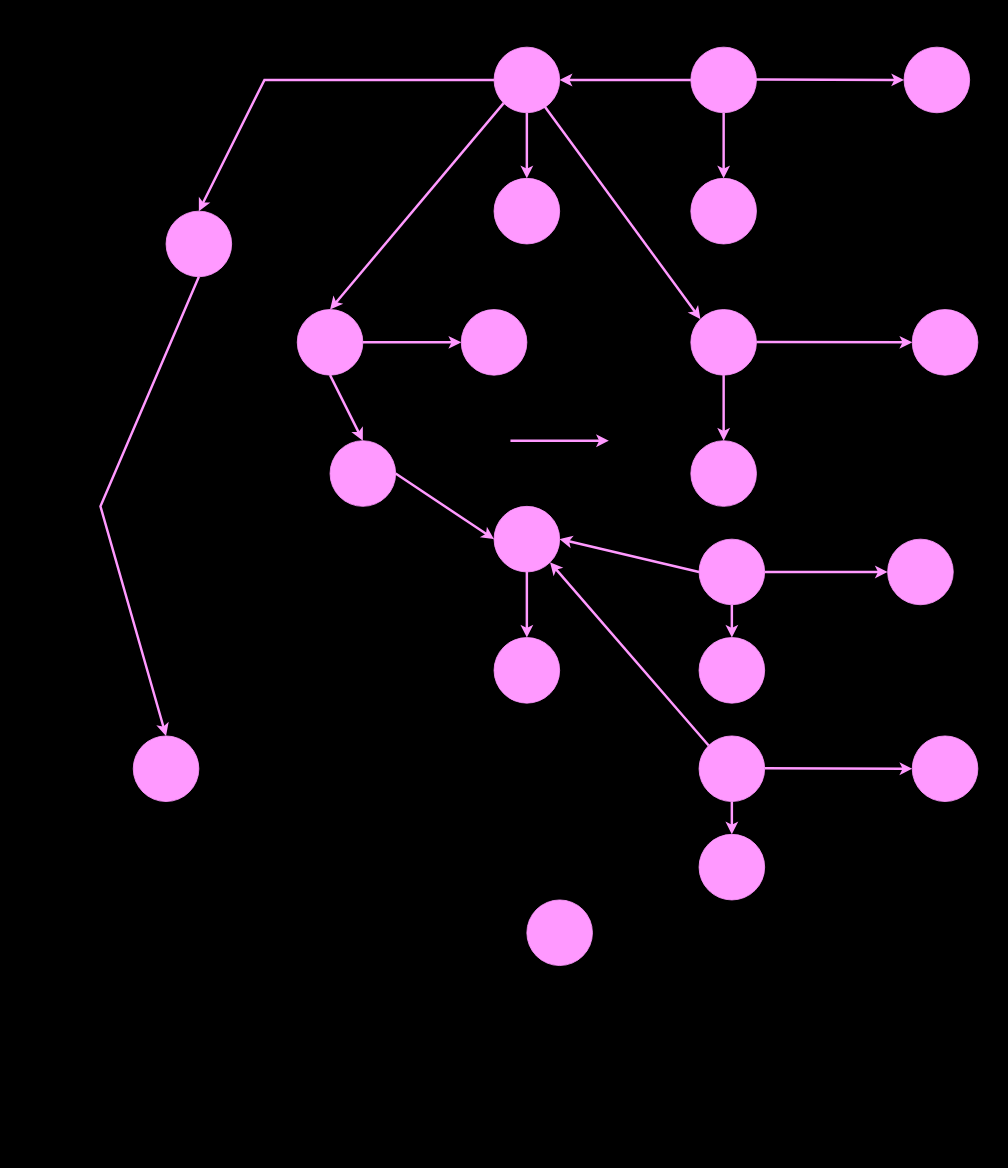
Earlier version of the draw.io diagram Diagramma senza titolo.drawio (Mario-Corrente/mia-repository). Source tidied: cells renumbered, new cells numbered last; positions are measured from the earlier drawing's top-left corner, leaving out a move shared by most shapes. Both pictures are drawn from the tidied source at 82%, with x=0, y=0 at pixel (100, 47).
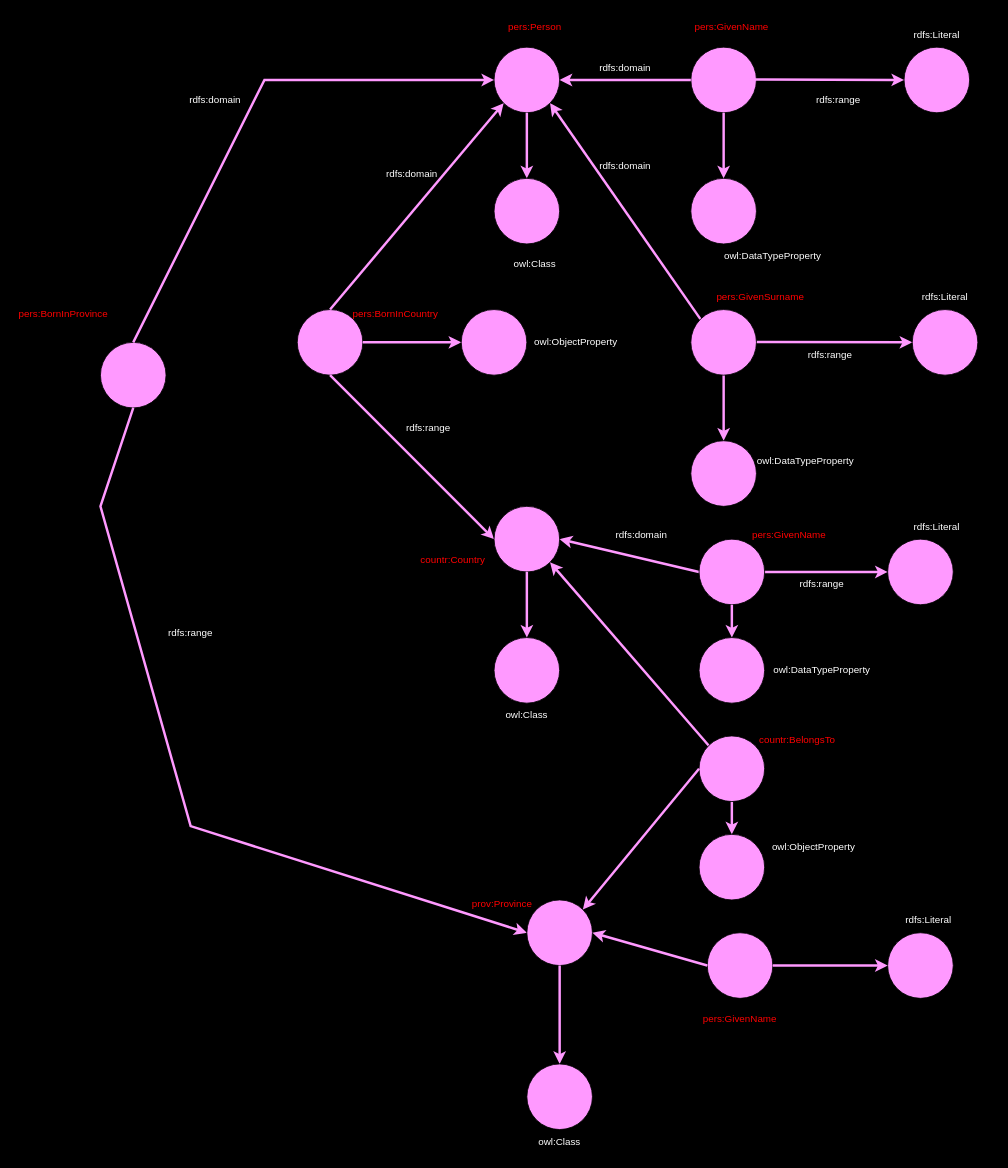
After the change.

Commit message:
Grafo_definitivo

Diff of the diagram source:
```diff
@@
-    <mxCell id="2" style="ellipse;whiteSpace=wrap;html=1;strokeColor=#FF99FF;fillColor=#FF99FF;" parent="1" vertex="1">
+    <mxCell id="2" style="ellipse;whiteSpace=wrap;html=1;strokeColor=#000000;fillColor=#FF99FF;" parent="1" vertex="1">
       <mxGeometry x="480" width="80" height="80" as="geometry" />
     </mxCell>
-    <mxCell id="3" style="ellipse;whiteSpace=wrap;html=1;strokeColor=#FF99FF;fillColor=#FF99FF;" parent="1" vertex="1">
+    <mxCell id="3" style="ellipse;whiteSpace=wrap;html=1;strokeColor=#000000;fillColor=#FF99FF;" parent="1" vertex="1">
       <mxGeometry x="980" width="80" height="80" as="geometry" />
     </mxCell>
-    <mxCell id="4" style="ellipse;whiteSpace=wrap;html=1;strokeColor=#FF99FF;fillColor=#FF99FF;" parent="1" vertex="1">
+    <mxCell id="4" style="ellipse;whiteSpace=wrap;html=1;strokeColor=#000000;fillColor=#FF99FF;" parent="1" vertex="1">
       <mxGeometry x="720" width="80" height="80" as="geometry" />
     </mxCell>
-    <mxCell id="5" style="ellipse;whiteSpace=wrap;html=1;strokeColor=#FF99FF;fillColor=#FF99FF;" parent="1" vertex="1">
+    <mxCell id="5" style="ellipse;whiteSpace=wrap;html=1;strokeColor=#000000;fillColor=#FF99FF;" parent="1" vertex="1">
       <mxGeometry x="720" y="160" width="80" height="80" as="geometry" />
     </mxCell>
@@
-    <mxCell id="10" style="endArrow=classic;html=1;rounded=0;strokeColor=#FF99FF;strokeWidth=3;entryX=0;entryY=0;entryDx=0;entryDy=0;" parent="1" edge="1" target="20">
-      <mxGeometry relative="1" as="geometry">
-        <mxPoint x="540" y="70" as="sourcePoint" />
-      </mxGeometry>
+    <mxCell id="10" style="endArrow=classic;html=1;rounded=0;strokeColor=#FF99FF;strokeWidth=3;exitX=0;exitY=0;exitDx=0;exitDy=0;entryX=1;entryY=1;entryDx=0;entryDy=0;" parent="1" edge="1" source="20" target="2">
+      <mxGeometry relative="1" as="geometry" />
     </mxCell>
-    <mxCell id="11" style="ellipse;whiteSpace=wrap;html=1;strokeColor=#FF99FF;fillColor=#FF99FF;" parent="1" vertex="1">
+    <mxCell id="11" style="ellipse;whiteSpace=wrap;html=1;strokeColor=#000000;fillColor=#FF99FF;" parent="1" vertex="1">
       <mxGeometry x="480" y="160" width="80" height="80" as="geometry" />
     </mxCell>
-    <mxCell id="12" style="ellipse;whiteSpace=wrap;html=1;strokeColor=#FF99FF;fillColor=#FF99FF;" parent="1" vertex="1">
-      <mxGeometry x="80" y="200" width="80" height="80" as="geometry" />
+    <mxCell id="12" style="ellipse;whiteSpace=wrap;html=1;strokeColor=#000000;fillColor=#FF99FF;" parent="1" vertex="1">
+      <mxGeometry y="360" width="80" height="80" as="geometry" />
     </mxCell>
-    <mxCell id="13" style="endArrow=classic;html=1;rounded=0;strokeColor=#FF99FF;strokeWidth=3;exitX=0;exitY=0.5;exitDx=0;exitDy=0;entryX=0.5;entryY=0;entryDx=0;entryDy=0;" parent="1" edge="1" source="2" target="12">
+    <mxCell id="13" style="endArrow=classic;html=1;rounded=0;strokeColor=#FF99FF;strokeWidth=3;exitX=0.5;exitY=0;exitDx=0;exitDy=0;" parent="1" edge="1" source="12" target="2">
       <mxGeometry relative="1" as="geometry">
         <Array as="points">
           <mxPoint x="200" y="40" />
         </Array>
       </mxGeometry>
     </mxCell>
-    <mxCell id="14" style="ellipse;whiteSpace=wrap;html=1;strokeColor=#FF99FF;fillColor=#FF99FF;" parent="1" vertex="1">
+    <mxCell id="14" style="ellipse;whiteSpace=wrap;html=1;strokeColor=#000000;fillColor=#FF99FF;" parent="1" vertex="1">
       <mxGeometry x="240" y="320" width="80" height="80" as="geometry" />
     </mxCell>
@@
-    <mxCell id="16" style="endArrow=classic;html=1;rounded=0;strokeColor=#FF99FF;strokeWidth=3;exitX=0;exitY=1;exitDx=0;exitDy=0;entryX=0.5;entryY=0;entryDx=0;entryDy=0;" parent="1" edge="1" source="2" target="14">
+    <mxCell id="16" style="endArrow=classic;html=1;rounded=0;strokeColor=#FF99FF;strokeWidth=3;exitX=0.5;exitY=0;exitDx=0;exitDy=0;entryX=0;entryY=1;entryDx=0;entryDy=0;" parent="1" edge="1" source="14" target="2">
       <mxGeometry relative="1" as="geometry" />
     </mxCell>
@@
-    <mxCell id="18" style="endArrow=classic;html=1;rounded=0;strokeColor=#FF99FF;strokeWidth=3;exitX=0.5;exitY=1;exitDx=0;exitDy=0;entryX=0.5;entryY=0;entryDx=0;entryDy=0;" parent="1" edge="1" source="14" target="24">
-      <mxGeometry relative="1" as="geometry" />
-    </mxCell>
@@
-    <mxCell id="20" style="ellipse;whiteSpace=wrap;html=1;strokeColor=#FF99FF;fillColor=#FF99FF;" parent="1" vertex="1">
+    <mxCell id="20" style="ellipse;whiteSpace=wrap;html=1;strokeColor=#000000;fillColor=#FF99FF;" parent="1" vertex="1">
       <mxGeometry x="720" y="320" width="80" height="80" as="geometry" />
     </mxCell>
-    <mxCell id="21" style="ellipse;whiteSpace=wrap;html=1;strokeColor=#FF99FF;fillColor=#FF99FF;" parent="1" vertex="1">
+    <mxCell id="21" style="ellipse;whiteSpace=wrap;html=1;strokeColor=#000000;fillColor=#FF99FF;" parent="1" vertex="1">
       <mxGeometry x="990" y="320" width="80" height="80" as="geometry" />
     </mxCell>
-    <mxCell id="22" style="ellipse;whiteSpace=wrap;html=1;strokeColor=#FF99FF;fillColor=#FF99FF;" parent="1" vertex="1">
+    <mxCell id="22" style="ellipse;whiteSpace=wrap;html=1;strokeColor=#000000;fillColor=#FF99FF;" parent="1" vertex="1">
       <mxGeometry x="720" y="480" width="80" height="80" as="geometry" />
     </mxCell>
-    <mxCell id="23" style="ellipse;whiteSpace=wrap;html=1;strokeColor=#FF99FF;fillColor=#FF99FF;" parent="1" vertex="1">
+    <mxCell id="23" style="ellipse;whiteSpace=wrap;html=1;strokeColor=#000000;fillColor=#FF99FF;" parent="1" vertex="1">
       <mxGeometry x="440" y="320" width="80" height="80" as="geometry" />
     </mxCell>
-    <mxCell id="24" style="ellipse;whiteSpace=wrap;html=1;strokeColor=#FF99FF;fillColor=#FF99FF;" parent="1" vertex="1">
-      <mxGeometry x="280" y="480" width="80" height="80" as="geometry" />
-    </mxCell>
-    <mxCell id="25" style="endArrow=classic;html=1;rounded=0;strokeColor=#FF99FF;strokeWidth=3;exitX=0.5;exitY=1;exitDx=0;exitDy=0;entryX=0.5;entryY=0;entryDx=0;entryDy=0;" parent="1" edge="1" source="12" target="43">
+    <mxCell id="25" style="endArrow=classic;html=1;rounded=0;strokeColor=#FF99FF;strokeWidth=3;exitX=0.5;exitY=1;exitDx=0;exitDy=0;entryX=0;entryY=0.5;entryDx=0;entryDy=0;" parent="1" edge="1" source="12" target="44">
       <mxGeometry relative="1" as="geometry">
         <Array as="points">
           <mxPoint y="560" />
+          <mxPoint x="110" y="950" />
         </Array>
       </mxGeometry>
     </mxCell>
@@
-    <mxCell id="28" style="endArrow=classic;html=1;rounded=0;strokeColor=#FF99FF;strokeWidth=3;entryX=0;entryY=0.5;entryDx=0;entryDy=0;exitX=1;exitY=0.5;exitDx=0;exitDy=0;" parent="1" edge="1" source="24" target="30">
+    <mxCell id="28" style="endArrow=classic;html=1;rounded=0;strokeColor=#FF99FF;strokeWidth=3;entryX=0;entryY=0.5;entryDx=0;entryDy=0;exitX=0.5;exitY=1;exitDx=0;exitDy=0;" parent="1" edge="1" source="14" target="30">
       <mxGeometry relative="1" as="geometry" />
     </mxCell>
-    <mxCell id="29" style="ellipse;whiteSpace=wrap;html=1;strokeColor=#FF99FF;fillColor=#FF99FF;" parent="1" vertex="1">
+    <mxCell id="29" style="ellipse;whiteSpace=wrap;html=1;strokeColor=#000000;fillColor=#FF99FF;" parent="1" vertex="1">
       <mxGeometry x="960" y="600" width="80" height="80" as="geometry" />
     </mxCell>
-    <mxCell id="30" style="ellipse;whiteSpace=wrap;html=1;strokeColor=#FF99FF;fillColor=#FF99FF;" parent="1" vertex="1">
+    <mxCell id="30" style="ellipse;whiteSpace=wrap;html=1;strokeColor=#000000;fillColor=#FF99FF;" parent="1" vertex="1">
       <mxGeometry x="480" y="560" width="80" height="80" as="geometry" />
     </mxCell>
-    <mxCell id="31" style="ellipse;whiteSpace=wrap;html=1;strokeColor=#FF99FF;fillColor=#FF99FF;" parent="1" vertex="1">
+    <mxCell id="31" style="ellipse;whiteSpace=wrap;html=1;strokeColor=#000000;fillColor=#FF99FF;" parent="1" vertex="1">
       <mxGeometry x="730" y="600" width="80" height="80" as="geometry" />
     </mxCell>
-    <mxCell id="32" style="ellipse;whiteSpace=wrap;html=1;strokeColor=#FF99FF;fillColor=#FF99FF;" parent="1" vertex="1">
+    <mxCell id="32" style="ellipse;whiteSpace=wrap;html=1;strokeColor=#000000;fillColor=#FF99FF;" parent="1" vertex="1">
       <mxGeometry x="480" y="720" width="80" height="80" as="geometry" />
     </mxCell>
-    <mxCell id="33" style="endArrow=classic;html=1;rounded=0;strokeColor=#FF99FF;strokeWidth=3;" parent="1" edge="1">
-      <mxGeometry relative="1" as="geometry">
-        <mxPoint x="500" y="480" as="sourcePoint" />
-        <mxPoint x="620" y="480" as="targetPoint" />
-      </mxGeometry>
-    </mxCell>
@@
-    <mxCell id="35" style="endArrow=classic;html=1;rounded=0;strokeColor=#FF99FF;strokeWidth=3;" parent="1" edge="1">
-      <mxGeometry relative="1" as="geometry">
-        <mxPoint x="810" y="879.5" as="sourcePoint" />
-        <mxPoint x="990" y="880" as="targetPoint" />
-      </mxGeometry>
-    </mxCell>
@@
-    <mxCell id="39" style="ellipse;whiteSpace=wrap;html=1;strokeColor=#FF99FF;fillColor=#FF99FF;" parent="1" vertex="1">
+    <mxCell id="39" style="ellipse;whiteSpace=wrap;html=1;strokeColor=#000000;fillColor=#FF99FF;" parent="1" vertex="1">
       <mxGeometry x="730" y="720" width="80" height="80" as="geometry" />
     </mxCell>
-    <mxCell id="40" style="ellipse;whiteSpace=wrap;html=1;strokeColor=#FF99FF;fillColor=#FF99FF;" parent="1" vertex="1">
+    <mxCell id="40" style="ellipse;whiteSpace=wrap;html=1;strokeColor=#000000;fillColor=#FF99FF;" parent="1" vertex="1">
       <mxGeometry x="730" y="840" width="80" height="80" as="geometry" />
     </mxCell>
-    <mxCell id="41" style="ellipse;whiteSpace=wrap;html=1;strokeColor=#FF99FF;fillColor=#FF99FF;" parent="1" vertex="1">
-      <mxGeometry x="990" y="840" width="80" height="80" as="geometry" />
-    </mxCell>
-    <mxCell id="42" style="ellipse;whiteSpace=wrap;html=1;strokeColor=#FF99FF;fillColor=#FF99FF;" parent="1" vertex="1">
+    <mxCell id="42" style="ellipse;whiteSpace=wrap;html=1;strokeColor=#000000;fillColor=#FF99FF;" parent="1" vertex="1">
       <mxGeometry x="730" y="960" width="80" height="80" as="geometry" />
     </mxCell>
-    <mxCell id="43" style="ellipse;whiteSpace=wrap;html=1;strokeColor=#FF99FF;fillColor=#FF99FF;" parent="1" vertex="1">
-      <mxGeometry x="40" y="840" width="80" height="80" as="geometry" />
-    </mxCell>
-    <mxCell id="44" style="ellipse;whiteSpace=wrap;html=1;strokeColor=#FF99FF;fillColor=#FF99FF;" parent="1" vertex="1">
+    <mxCell id="44" style="ellipse;whiteSpace=wrap;html=1;strokeColor=#000000;fillColor=#FF99FF;" parent="1" vertex="1">
       <mxGeometry x="520" y="1040" width="80" height="80" as="geometry" />
     </mxCell>
+    <mxCell id="45" value="&lt;font color=&quot;#ff0000&quot;&gt;pers:Person&lt;/font&gt;" style="text;strokeColor=none;align=center;fillColor=none;html=1;verticalAlign=middle;whiteSpace=wrap;rounded=0;" parent="1" vertex="1">
+      <mxGeometry x="470" y="-40" width="120" height="30" as="geometry" />
+    </mxCell>
+    <mxCell id="46" value="&lt;font color=&quot;#ff0000&quot;&gt;pers:GivenName&lt;/font&gt;" style="text;strokeColor=none;align=center;fillColor=none;html=1;verticalAlign=middle;whiteSpace=wrap;rounded=0;" parent="1" vertex="1">
+      <mxGeometry x="710" y="-40" width="120" height="30" as="geometry" />
+    </mxCell>
+    <mxCell id="47" value="&lt;font color=&quot;#ff0000&quot;&gt;pers:GivenSurname&lt;/font&gt;" style="text;strokeColor=none;align=center;fillColor=none;html=1;verticalAlign=middle;whiteSpace=wrap;rounded=0;" parent="1" vertex="1">
+      <mxGeometry x="745" y="290" width="120" height="30" as="geometry" />
+    </mxCell>
+    <mxCell id="48" value="&lt;font color=&quot;#ffffff&quot;&gt;rdfs:Literal&lt;/font&gt;" style="text;strokeColor=none;align=center;fillColor=none;html=1;verticalAlign=middle;whiteSpace=wrap;rounded=0;" parent="1" vertex="1">
+      <mxGeometry x="960" y="-30" width="120" height="30" as="geometry" />
+    </mxCell>
+    <mxCell id="49" value="&lt;font color=&quot;#ffffff&quot;&gt;rdfs:Literal&lt;/font&gt;" style="text;strokeColor=none;align=center;fillColor=none;html=1;verticalAlign=middle;whiteSpace=wrap;rounded=0;" parent="1" vertex="1">
+      <mxGeometry x="970" y="290" width="120" height="30" as="geometry" />
+    </mxCell>
+    <mxCell id="50" value="&lt;font color=&quot;#ffffff&quot;&gt;rdfs:Literal&lt;/font&gt;" style="text;strokeColor=none;align=center;fillColor=none;html=1;verticalAlign=middle;whiteSpace=wrap;rounded=0;" parent="1" vertex="1">
+      <mxGeometry x="960" y="570" width="120" height="30" as="geometry" />
+    </mxCell>
+    <mxCell id="51" value="&lt;font color=&quot;#ffffff&quot;&gt;rdfs:range&lt;/font&gt;" style="text;strokeColor=none;align=center;fillColor=none;html=1;verticalAlign=middle;whiteSpace=wrap;rounded=0;" parent="1" vertex="1">
+      <mxGeometry x="840" y="50" width="120" height="30" as="geometry" />
+    </mxCell>
+    <mxCell id="52" value="&lt;font color=&quot;#ffffff&quot;&gt;owl:DataTypeProperty&lt;/font&gt;" style="text;strokeColor=none;align=center;fillColor=none;html=1;verticalAlign=middle;whiteSpace=wrap;rounded=0;" parent="1" vertex="1">
+      <mxGeometry x="760" y="240" width="120" height="30" as="geometry" />
+    </mxCell>
+    <mxCell id="53" value="&lt;font color=&quot;#ffffff&quot;&gt;rdfs:domain&lt;/font&gt;" style="text;strokeColor=none;align=center;fillColor=none;html=1;verticalAlign=middle;whiteSpace=wrap;rounded=0;" parent="1" vertex="1">
+      <mxGeometry x="580" y="130" width="120" height="30" as="geometry" />
+    </mxCell>
+    <mxCell id="54" value="&lt;font color=&quot;#ffffff&quot;&gt;rdfs:domain&lt;/font&gt;" style="text;strokeColor=none;align=center;fillColor=none;html=1;verticalAlign=middle;whiteSpace=wrap;rounded=0;" parent="1" vertex="1">
+      <mxGeometry x="580" y="10" width="120" height="30" as="geometry" />
+    </mxCell>
+    <mxCell id="55" value="&lt;font color=&quot;#ffffff&quot;&gt;owl:DataTypeProperty&lt;/font&gt;" style="text;strokeColor=none;align=center;fillColor=none;html=1;verticalAlign=middle;whiteSpace=wrap;rounded=0;" parent="1" vertex="1">
+      <mxGeometry x="800" y="490" width="120" height="30" as="geometry" />
+    </mxCell>
+    <mxCell id="56" value="&lt;font color=&quot;#ffffff&quot;&gt;rdfs:range&lt;/font&gt;" style="text;strokeColor=none;align=center;fillColor=none;html=1;verticalAlign=middle;whiteSpace=wrap;rounded=0;" parent="1" vertex="1">
+      <mxGeometry x="830" y="360" width="120" height="30" as="geometry" />
+    </mxCell>
+    <mxCell id="57" value="&lt;font color=&quot;#ffffff&quot;&gt;owl:Class&lt;/font&gt;" style="text;strokeColor=none;align=center;fillColor=none;html=1;verticalAlign=middle;whiteSpace=wrap;rounded=0;" parent="1" vertex="1">
+      <mxGeometry x="470" y="250" width="120" height="30" as="geometry" />
+    </mxCell>
+    <mxCell id="58" value="&lt;font color=&quot;#ffffff&quot;&gt;owl:ObjectProperty&lt;/font&gt;" style="text;strokeColor=none;align=center;fillColor=none;html=1;verticalAlign=middle;whiteSpace=wrap;rounded=0;" parent="1" vertex="1">
+      <mxGeometry x="520" y="345" width="120" height="30" as="geometry" />
+    </mxCell>
+    <mxCell id="59" value="&lt;font color=&quot;#ffffff&quot;&gt;rdfs:domain&lt;/font&gt;" style="text;strokeColor=none;align=center;fillColor=none;html=1;verticalAlign=middle;whiteSpace=wrap;rounded=0;" parent="1" vertex="1">
+      <mxGeometry x="320" y="140" width="120" height="30" as="geometry" />
+    </mxCell>
+    <mxCell id="60" value="&lt;font color=&quot;#ffffff&quot;&gt;rdfs:domain&lt;/font&gt;" style="text;strokeColor=none;align=center;fillColor=none;html=1;verticalAlign=middle;whiteSpace=wrap;rounded=0;" parent="1" vertex="1">
+      <mxGeometry x="80" y="50" width="120" height="30" as="geometry" />
+    </mxCell>
+    <mxCell id="61" value="&lt;font color=&quot;#ff0000&quot;&gt;pers:BornInProvince&lt;/font&gt;" style="text;strokeColor=none;align=center;fillColor=none;html=1;verticalAlign=middle;whiteSpace=wrap;rounded=0;" parent="1" vertex="1">
+      <mxGeometry x="-105" y="310" width="120" height="30" as="geometry" />
+    </mxCell>
+    <mxCell id="62" value="&lt;font color=&quot;#ffffff&quot;&gt;rdfs:range&lt;/font&gt;" style="text;strokeColor=none;align=center;fillColor=none;html=1;verticalAlign=middle;whiteSpace=wrap;rounded=0;" parent="1" vertex="1">
+      <mxGeometry x="50" y="700" width="120" height="30" as="geometry" />
+    </mxCell>
+    <mxCell id="63" value="&lt;font color=&quot;#ff0000&quot;&gt;pers:BornInCountry&lt;/font&gt;" style="text;strokeColor=none;align=center;fillColor=none;html=1;verticalAlign=middle;whiteSpace=wrap;rounded=0;" parent="1" vertex="1">
+      <mxGeometry x="300" y="310" width="120" height="30" as="geometry" />
+    </mxCell>
+    <mxCell id="64" value="&lt;font color=&quot;#ffffff&quot;&gt;rdfs:range&lt;/font&gt;" style="text;strokeColor=none;align=center;fillColor=none;html=1;verticalAlign=middle;whiteSpace=wrap;rounded=0;" parent="1" vertex="1">
+      <mxGeometry x="340" y="450" width="120" height="30" as="geometry" />
+    </mxCell>
+    <mxCell id="65" value="&lt;font color=&quot;#ff0000&quot;&gt;countr:Country&lt;/font&gt;" style="text;strokeColor=none;align=center;fillColor=none;html=1;verticalAlign=middle;whiteSpace=wrap;rounded=0;" parent="1" vertex="1">
+      <mxGeometry x="370" y="610" width="120" height="30" as="geometry" />
+    </mxCell>
+    <mxCell id="66" value="&lt;font color=&quot;#ffffff&quot;&gt;rdfs:domain&lt;/font&gt;" style="text;strokeColor=none;align=center;fillColor=none;html=1;verticalAlign=middle;whiteSpace=wrap;rounded=0;" parent="1" vertex="1">
+      <mxGeometry x="600" y="580" width="120" height="30" as="geometry" />
+    </mxCell>
+    <mxCell id="67" value="&lt;font color=&quot;#ff0000&quot;&gt;pers:GivenName&lt;/font&gt;" style="text;strokeColor=none;align=center;fillColor=none;html=1;verticalAlign=middle;whiteSpace=wrap;rounded=0;" parent="1" vertex="1">
+      <mxGeometry x="780" y="580" width="120" height="30" as="geometry" />
+    </mxCell>
+    <mxCell id="68" value="&lt;font color=&quot;#ffffff&quot;&gt;rdfs:range&lt;/font&gt;" style="text;strokeColor=none;align=center;fillColor=none;html=1;verticalAlign=middle;whiteSpace=wrap;rounded=0;" parent="1" vertex="1">
+      <mxGeometry x="820" y="640" width="120" height="30" as="geometry" />
+    </mxCell>
+    <mxCell id="69" value="&lt;font color=&quot;#ffffff&quot;&gt;owl:DataTypeProperty&lt;/font&gt;" style="text;strokeColor=none;align=center;fillColor=none;html=1;verticalAlign=middle;whiteSpace=wrap;rounded=0;" parent="1" vertex="1">
+      <mxGeometry x="820" y="745" width="120" height="30" as="geometry" />
+    </mxCell>
+    <mxCell id="70" value="&lt;font color=&quot;#ffffff&quot;&gt;owl:Class&lt;/font&gt;" style="text;strokeColor=none;align=center;fillColor=none;html=1;verticalAlign=middle;whiteSpace=wrap;rounded=0;" parent="1" vertex="1">
+      <mxGeometry x="460" y="800" width="120" height="30" as="geometry" />
+    </mxCell>
+    <mxCell id="71" value="&lt;font color=&quot;#ff0000&quot;&gt;countr:BelongsTo&lt;/font&gt;" style="text;strokeColor=none;align=center;fillColor=none;html=1;verticalAlign=middle;whiteSpace=wrap;rounded=0;" parent="1" vertex="1">
+      <mxGeometry x="790" y="830" width="120" height="30" as="geometry" />
+    </mxCell>
+    <mxCell id="72" value="&lt;font color=&quot;#ffffff&quot;&gt;owl:ObjectProperty&lt;/font&gt;" style="text;strokeColor=none;align=center;fillColor=none;html=1;verticalAlign=middle;whiteSpace=wrap;rounded=0;" parent="1" vertex="1">
+      <mxGeometry x="810" y="960" width="120" height="30" as="geometry" />
+    </mxCell>
+    <mxCell id="73" style="endArrow=classic;html=1;rounded=0;strokeColor=#FF99FF;strokeWidth=3;exitX=0;exitY=0.5;exitDx=0;exitDy=0;entryX=1;entryY=0;entryDx=0;entryDy=0;" parent="1" edge="1" source="40" target="44">
+      <mxGeometry relative="1" as="geometry" />
+    </mxCell>
+    <mxCell id="74" style="ellipse;whiteSpace=wrap;html=1;strokeColor=#000000;fillColor=#FF99FF;" parent="1" vertex="1">
+      <mxGeometry x="960" y="1080" width="80" height="80" as="geometry" />
+    </mxCell>
+    <mxCell id="75" style="ellipse;whiteSpace=wrap;html=1;strokeColor=#000000;fillColor=#FF99FF;" parent="1" vertex="1">
+      <mxGeometry x="740" y="1080" width="80" height="80" as="geometry" />
+    </mxCell>
+    <mxCell id="76" style="endArrow=classic;html=1;rounded=0;strokeColor=#FF99FF;strokeWidth=3;exitX=0;exitY=0.5;exitDx=0;exitDy=0;entryX=1;entryY=0.5;entryDx=0;entryDy=0;" parent="1" edge="1" source="75" target="44">
+      <mxGeometry relative="1" as="geometry" />
+    </mxCell>
+    <mxCell id="77" style="endArrow=classic;html=1;rounded=0;strokeColor=#FF99FF;strokeWidth=3;exitX=1;exitY=0.5;exitDx=0;exitDy=0;entryX=0;entryY=0.5;entryDx=0;entryDy=0;" parent="1" edge="1" source="75" target="74">
+      <mxGeometry relative="1" as="geometry" />
+    </mxCell>
+    <mxCell id="78" value="&lt;font color=&quot;#ff0000&quot;&gt;pers:GivenName&lt;/font&gt;" style="text;strokeColor=none;align=center;fillColor=none;html=1;verticalAlign=middle;whiteSpace=wrap;rounded=0;" parent="1" vertex="1">
+      <mxGeometry x="720" y="1170" width="120" height="30" as="geometry" />
+    </mxCell>
+    <mxCell id="79" value="&lt;font color=&quot;#ffffff&quot;&gt;rdfs:Literal&lt;/font&gt;" style="text;strokeColor=none;align=center;fillColor=none;html=1;verticalAlign=middle;whiteSpace=wrap;rounded=0;" parent="1" vertex="1">
+      <mxGeometry x="950" y="1050" width="120" height="30" as="geometry" />
+    </mxCell>
+    <mxCell id="80" value="&lt;font color=&quot;#ff0000&quot;&gt;prov:Province&lt;/font&gt;" style="text;strokeColor=none;align=center;fillColor=none;html=1;verticalAlign=middle;whiteSpace=wrap;rounded=0;" parent="1" vertex="1">
+      <mxGeometry x="430" y="1030" width="120" height="30" as="geometry" />
+    </mxCell>
+    <mxCell id="81" style="endArrow=classic;html=1;rounded=0;strokeColor=#FF99FF;strokeWidth=3;exitX=0.5;exitY=1;exitDx=0;exitDy=0;" parent="1" edge="1" source="44">
+      <mxGeometry relative="1" as="geometry">
+        <mxPoint x="560" y="1240" as="targetPoint" />
+      </mxGeometry>
+    </mxCell>
+    <mxCell id="82" style="ellipse;whiteSpace=wrap;html=1;strokeColor=#000000;fillColor=#FF99FF;" parent="1" vertex="1">
+      <mxGeometry x="520" y="1240" width="80" height="80" as="geometry" />
+    </mxCell>
+    <mxCell id="83" value="&lt;font color=&quot;#ffffff&quot;&gt;owl:Class&lt;/font&gt;" style="text;strokeColor=none;align=center;fillColor=none;html=1;verticalAlign=middle;whiteSpace=wrap;rounded=0;" parent="1" vertex="1">
+      <mxGeometry x="500" y="1320" width="120" height="30" as="geometry" />
+    </mxCell>
```
